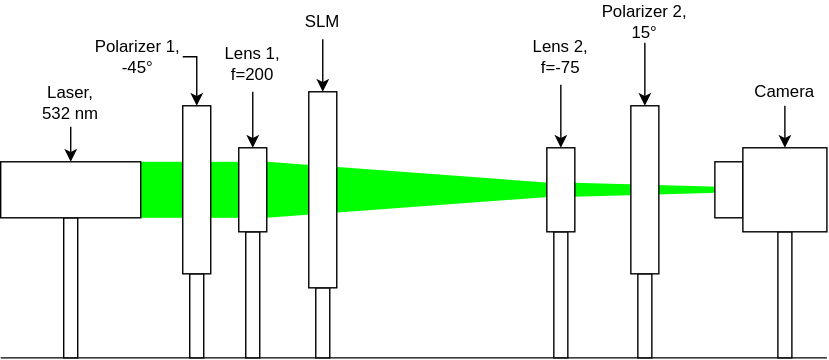
Before: documentation/images/setup_3.svg, a diagram exported from draw.io (nbaehler/mask-designer). Source tidied: cells renumbered, new cells last; positions are measured from the earlier drawing's top-left corner, leaving out a move shared by most shapes.
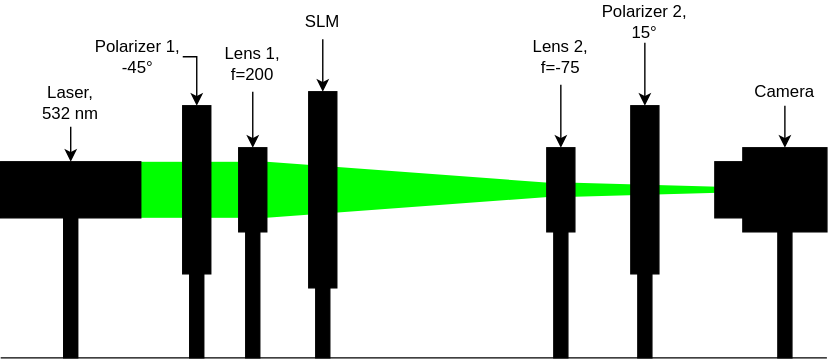
Later version of the same file.

What changed in the source:
```diff
@@ -17,25 +17,25 @@
     <mxCell id="5" style="rounded=0;whiteSpace=wrap;html=1;strokeColor=none;fillColor=#00FF00;" parent="1" vertex="1">
       <mxGeometry x="150" y="115" width="20" height="40" as="geometry" />
     </mxCell>
-    <mxCell id="6" style="rounded=0;whiteSpace=wrap;html=1;fillColor=default;" parent="1" vertex="1">
+    <mxCell id="6" style="rounded=0;whiteSpace=wrap;html=1;fillColor=#000000;" parent="1" vertex="1">
       <mxGeometry x="45" y="155" width="10" height="100" as="geometry" />
     </mxCell>
-    <mxCell id="7" style="rounded=0;whiteSpace=wrap;html=1;fillColor=default;" parent="1" vertex="1">
+    <mxCell id="7" style="rounded=0;whiteSpace=wrap;html=1;fillColor=#000000;" parent="1" vertex="1">
       <mxGeometry x="135" y="195" width="10" height="60" as="geometry" />
     </mxCell>
-    <mxCell id="8" style="rounded=0;whiteSpace=wrap;html=1;fillColor=default;" parent="1" vertex="1">
+    <mxCell id="8" style="rounded=0;whiteSpace=wrap;html=1;fillColor=#000000;" parent="1" vertex="1">
       <mxGeometry x="455" y="195" width="10" height="60" as="geometry" />
     </mxCell>
-    <mxCell id="9" style="rounded=0;whiteSpace=wrap;html=1;fillColor=default;" parent="1" vertex="1">
+    <mxCell id="9" style="rounded=0;whiteSpace=wrap;html=1;fillColor=#000000;" parent="1" vertex="1">
       <mxGeometry x="225" y="205" width="10" height="50" as="geometry" />
     </mxCell>
-    <mxCell id="10" style="rounded=0;whiteSpace=wrap;html=1;fillColor=default;" parent="1" vertex="1">
+    <mxCell id="10" style="rounded=0;whiteSpace=wrap;html=1;fillColor=#000000;" parent="1" vertex="1">
       <mxGeometry x="555" y="165" width="10" height="90" as="geometry" />
     </mxCell>
-    <mxCell id="11" style="rounded=0;whiteSpace=wrap;html=1;fillColor=default;" parent="1" vertex="1">
+    <mxCell id="11" style="rounded=0;whiteSpace=wrap;html=1;fillColor=#000000;" parent="1" vertex="1">
       <mxGeometry x="175" y="165" width="10" height="90" as="geometry" />
     </mxCell>
-    <mxCell id="12" style="rounded=0;whiteSpace=wrap;html=1;fillColor=default;" parent="1" vertex="1">
+    <mxCell id="12" style="rounded=0;whiteSpace=wrap;html=1;fillColor=#000000;" parent="1" vertex="1">
       <mxGeometry x="395" y="165" width="10" height="90" as="geometry" />
     </mxCell>
     <mxCell id="13" style="triangle;whiteSpace=wrap;html=1;fillColor=#00FF00;strokeColor=none;" parent="1" vertex="1">
@@ -77,25 +77,25 @@
     <mxCell id="25" value="&lt;div&gt;Lens 2,&lt;/div&gt;&lt;div&gt;f=-75&lt;br&gt;&lt;/div&gt;" style="text;html=1;strokeColor=none;fillColor=none;align=center;verticalAlign=middle;whiteSpace=wrap;rounded=0;" parent="1" vertex="1">
       <mxGeometry x="370" y="20" width="60" height="40" as="geometry" />
     </mxCell>
-    <mxCell id="26" style="rounded=0;whiteSpace=wrap;html=1;fillColor=default;" parent="1" vertex="1">
+    <mxCell id="26" style="rounded=0;whiteSpace=wrap;html=1;fillColor=#000000;" parent="1" vertex="1">
       <mxGeometry x="130" y="75" width="20" height="120" as="geometry" />
     </mxCell>
-    <mxCell id="27" style="rounded=0;whiteSpace=wrap;html=1;fillColor=default;" parent="1" vertex="1">
+    <mxCell id="27" style="rounded=0;whiteSpace=wrap;html=1;fillColor=#000000;" parent="1" vertex="1">
       <mxGeometry x="450" y="75" width="20" height="120" as="geometry" />
     </mxCell>
-    <mxCell id="28" style="rounded=0;whiteSpace=wrap;html=1;fillColor=default;" parent="1" vertex="1">
+    <mxCell id="28" style="rounded=0;whiteSpace=wrap;html=1;fillColor=#000000;" parent="1" vertex="1">
       <mxGeometry x="220" y="65" width="20" height="140" as="geometry" />
     </mxCell>
-    <mxCell id="29" style="rounded=0;whiteSpace=wrap;html=1;fillColor=default;" parent="1" vertex="1">
+    <mxCell id="29" style="rounded=0;whiteSpace=wrap;html=1;fillColor=#000000;" parent="1" vertex="1">
       <mxGeometry x="170" y="105" width="20" height="60" as="geometry" />
     </mxCell>
-    <mxCell id="30" style="rounded=0;whiteSpace=wrap;html=1;fillColor=default;" parent="1" vertex="1">
+    <mxCell id="30" style="rounded=0;whiteSpace=wrap;html=1;fillColor=#000000;" parent="1" vertex="1">
       <mxGeometry x="510" y="115" width="20" height="40" as="geometry" />
     </mxCell>
-    <mxCell id="31" style="rounded=0;whiteSpace=wrap;html=1;fillColor=default;" parent="1" vertex="1">
+    <mxCell id="31" style="rounded=0;whiteSpace=wrap;html=1;fillColor=#000000;" parent="1" vertex="1">
       <mxGeometry x="530" y="105" width="60" height="60" as="geometry" />
     </mxCell>
-    <mxCell id="32" style="rounded=0;whiteSpace=wrap;html=1;fillColor=default;" parent="1" vertex="1">
+    <mxCell id="32" style="rounded=0;whiteSpace=wrap;html=1;fillColor=#000000;" parent="1" vertex="1">
       <mxGeometry y="115" width="100" height="40" as="geometry" />
     </mxCell>
     <mxCell id="33" style="edgeStyle=orthogonalEdgeStyle;rounded=0;jettySize=auto;html=1;" parent="1" edge="1" source="34" target="31">
@@ -104,7 +104,7 @@
     <mxCell id="34" value="Camera" style="text;html=1;strokeColor=none;fillColor=none;align=center;verticalAlign=middle;whiteSpace=wrap;rounded=0;" parent="1" vertex="1">
       <mxGeometry x="530" y="55" width="60" height="20" as="geometry" />
     </mxCell>
-    <mxCell id="35" style="rounded=0;whiteSpace=wrap;html=1;fillColor=default;fillOpacity=100;" parent="1" vertex="1">
+    <mxCell id="35" style="rounded=0;whiteSpace=wrap;html=1;fillColor=#000000;fillOpacity=100;" parent="1" vertex="1">
       <mxGeometry x="390" y="105" width="20" height="60" as="geometry" />
     </mxCell>
   </root>
```
